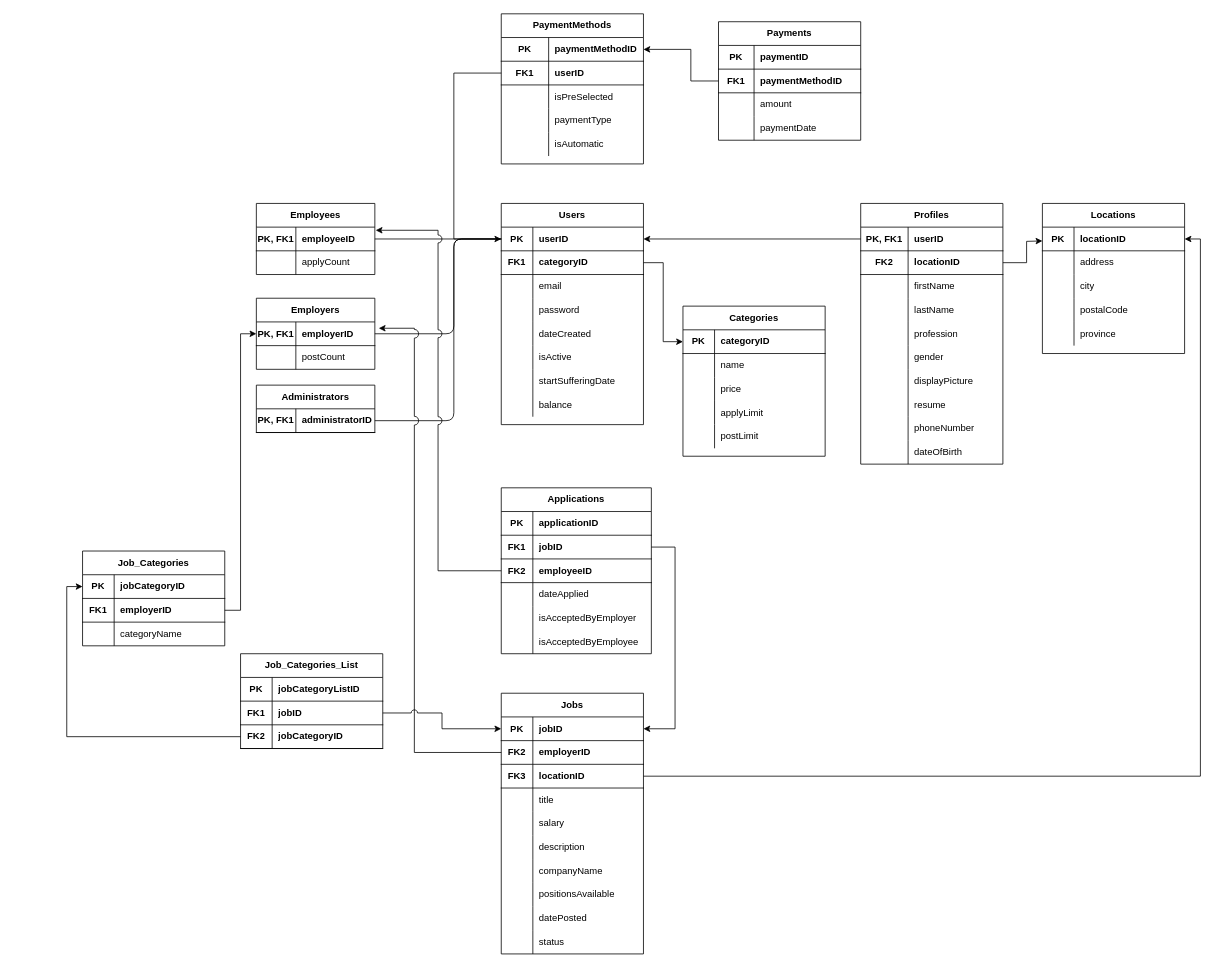
This is docs/DBProject-Relational-Schema.drawio from gordonpn/web-career-portal-clone, a draw.io file, before an edit. Source tidied: cells renumbered, new cells numbered last; positions are measured from the earlier drawing's top-left corner, leaving out a move shared by most shapes. Both pictures are drawn from the tidied source at 79%, with x=0, y=0 at pixel (82, 13).
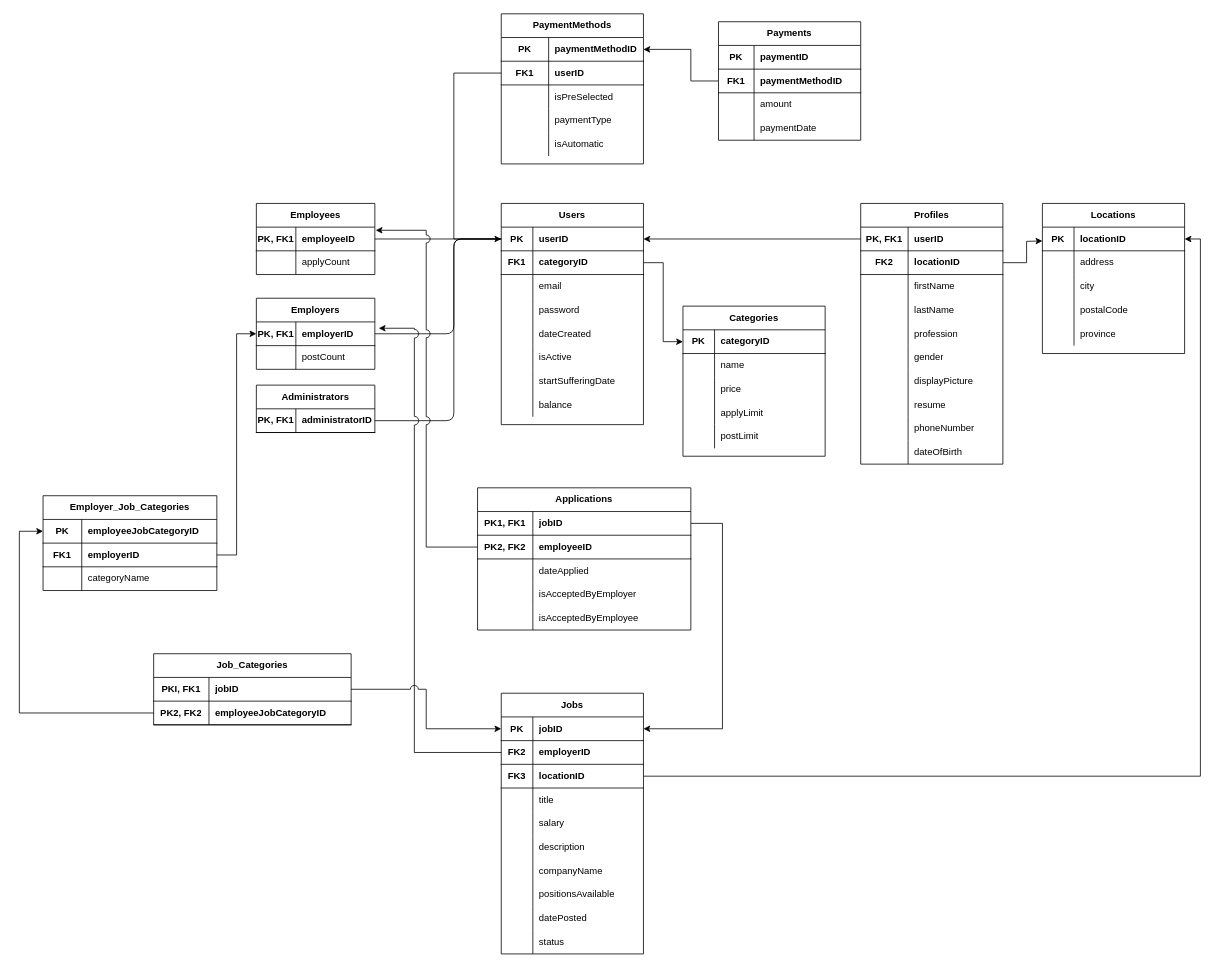
After the change.

Commit message:
updated ER / Relational-schema

The change refers to these unchanged cells:
```xml
<mxCell id="119" style="shape=partialRectangle;html=1;whiteSpace=wrap;fillColor=none;top=0;left=0;bottom=1;right=0;points=[[0,0.5],[1,0.5]];portConstraint=eastwest;" parent="118" vertex="1">
  <mxGeometry y="30" width="180" height="30" as="geometry" />
</mxCell>
<mxCell id="152" style="shape=partialRectangle;html=1;whiteSpace=wrap;fillColor=none;top=0;left=0;bottom=1;right=0;points=[[0,0.5],[1,0.5]];portConstraint=eastwest;" parent="151" vertex="1">
  <mxGeometry y="30" width="180" height="30" as="geometry" />
</mxCell>
<mxCell id="158" style="shape=partialRectangle;html=1;whiteSpace=wrap;fillColor=none;top=0;left=0;bottom=1;right=0;points=[[0,0.5],[1,0.5]];portConstraint=eastwest;" parent="151" vertex="1">
  <mxGeometry y="90" width="180" height="30" as="geometry" />
</mxCell>
```

What changed in the source:
```diff
@@
     <mxCell id="68" value="Applications" style="shape=table;html=1;whiteSpace=wrap;startSize=30;childLayout=tableLayout;rowLines=0;fontStyle=1;align=center;" parent="1" vertex="1">
-      <mxGeometry x="530" y="600" width="190" height="210" as="geometry" />
+      <mxGeometry x="500" y="600" width="270" height="180" as="geometry" />
     </mxCell>
-    <mxCell id="69" style="shape=partialRectangle;html=1;whiteSpace=wrap;fillColor=none;top=0;left=0;bottom=1;right=0;" parent="68" vertex="1">
-      <mxGeometry y="30" width="190" height="30" as="geometry" />
-    </mxCell>
-    <mxCell id="70" value="PK" style="shape=partialRectangle;html=1;whiteSpace=wrap;fillColor=none;top=0;left=0;bottom=0;right=0;overflow=hidden;fontStyle=1;" parent="69" vertex="1">
-      <mxGeometry width="40" height="30" as="geometry" />
-    </mxCell>
-    <mxCell id="71" value="&lt;b&gt;applicationID&lt;/b&gt;" style="shape=partialRectangle;html=1;whiteSpace=wrap;fillColor=none;top=0;left=0;bottom=0;right=0;align=left;spacingLeft=6;overflow=hidden;" parent="69" vertex="1">
-      <mxGeometry x="40" width="150" height="30" as="geometry" />
-    </mxCell>
     <mxCell id="72" style="shape=partialRectangle;html=1;whiteSpace=wrap;fillColor=none;top=0;left=0;bottom=1;right=0;points=[[0,0.5],[1,0.5]];portConstraint=eastwest;" parent="68" vertex="1">
-      <mxGeometry y="60" width="190" height="30" as="geometry" />
+      <mxGeometry y="30" width="270" height="30" as="geometry" />
     </mxCell>
-    <mxCell id="73" value="FK1" style="shape=partialRectangle;html=1;whiteSpace=wrap;fillColor=none;top=0;left=0;bottom=0;right=0;overflow=hidden;fontStyle=1;" parent="72" vertex="1">
-      <mxGeometry width="40" height="30" as="geometry" />
+    <mxCell id="73" value="PK1, FK1" style="shape=partialRectangle;html=1;whiteSpace=wrap;fillColor=none;top=0;left=0;bottom=0;right=0;overflow=hidden;fontStyle=1;" parent="72" vertex="1">
+      <mxGeometry width="70" height="30" as="geometry" />
     </mxCell>
     <mxCell id="74" value="&lt;b&gt;jobID&lt;/b&gt;" style="shape=partialRectangle;html=1;whiteSpace=wrap;fillColor=none;top=0;left=0;bottom=0;right=0;align=left;spacingLeft=6;overflow=hidden;" parent="72" vertex="1">
-      <mxGeometry x="40" width="150" height="30" as="geometry" />
+      <mxGeometry x="70" width="200" height="30" as="geometry" />
     </mxCell>
     <mxCell id="75" style="shape=partialRectangle;html=1;whiteSpace=wrap;fillColor=none;top=0;left=0;bottom=1;right=0;points=[[0,0.5],[1,0.5]];portConstraint=eastwest;" parent="68" vertex="1">
-      <mxGeometry y="90" width="190" height="30" as="geometry" />
+      <mxGeometry y="60" width="270" height="30" as="geometry" />
     </mxCell>
-    <mxCell id="76" value="FK2" style="shape=partialRectangle;html=1;whiteSpace=wrap;fillColor=none;top=0;left=0;bottom=0;right=0;overflow=hidden;fontStyle=1;" parent="75" vertex="1">
-      <mxGeometry width="40" height="30" as="geometry" />
+    <mxCell id="76" value="PK2, FK2" style="shape=partialRectangle;html=1;whiteSpace=wrap;fillColor=none;top=0;left=0;bottom=0;right=0;overflow=hidden;fontStyle=1;" parent="75" vertex="1">
+      <mxGeometry width="70" height="30" as="geometry" />
     </mxCell>
     <mxCell id="77" value="&lt;b&gt;employeeID&lt;/b&gt;" style="shape=partialRectangle;html=1;whiteSpace=wrap;fillColor=none;top=0;left=0;bottom=0;right=0;align=left;spacingLeft=6;overflow=hidden;" parent="75" vertex="1">
-      <mxGeometry x="40" width="150" height="30" as="geometry" />
+      <mxGeometry x="70" width="200" height="30" as="geometry" />
     </mxCell>
     <mxCell id="78" style="shape=partialRectangle;html=1;whiteSpace=wrap;fillColor=none;top=0;left=0;bottom=0;right=0;" parent="68" vertex="1">
-      <mxGeometry y="120" width="190" height="30" as="geometry" />
+      <mxGeometry y="90" width="270" height="30" as="geometry" />
     </mxCell>
     <mxCell id="79" style="shape=partialRectangle;html=1;whiteSpace=wrap;fillColor=none;top=0;left=0;bottom=0;right=0;overflow=hidden;" parent="78" vertex="1">
-      <mxGeometry width="40" height="30" as="geometry" />
+      <mxGeometry width="70" height="30" as="geometry" />
     </mxCell>
     <mxCell id="80" value="dateApplied" style="shape=partialRectangle;html=1;whiteSpace=wrap;fillColor=none;top=0;left=0;bottom=0;right=0;align=left;spacingLeft=6;overflow=hidden;" parent="78" vertex="1">
-      <mxGeometry x="40" width="150" height="30" as="geometry" />
+      <mxGeometry x="70" width="200" height="30" as="geometry" />
     </mxCell>
     <mxCell id="81" style="shape=partialRectangle;html=1;whiteSpace=wrap;fillColor=none;top=0;left=0;bottom=0;right=0;" parent="68" vertex="1">
-      <mxGeometry y="150" width="190" height="30" as="geometry" />
+      <mxGeometry y="120" width="270" height="30" as="geometry" />
     </mxCell>
     <mxCell id="82" style="shape=partialRectangle;html=1;whiteSpace=wrap;fillColor=none;top=0;left=0;bottom=0;right=0;overflow=hidden;" parent="81" vertex="1">
-      <mxGeometry width="40" height="30" as="geometry" />
+      <mxGeometry width="70" height="30" as="geometry" />
     </mxCell>
     <mxCell id="83" value="isAcceptedByEmployer" style="shape=partialRectangle;html=1;whiteSpace=wrap;fillColor=none;top=0;left=0;bottom=0;right=0;align=left;spacingLeft=6;overflow=hidden;" parent="81" vertex="1">
-      <mxGeometry x="40" width="150" height="30" as="geometry" />
+      <mxGeometry x="70" width="200" height="30" as="geometry" />
     </mxCell>
     <mxCell id="84" style="shape=partialRectangle;html=1;whiteSpace=wrap;fillColor=none;top=0;left=0;bottom=0;right=0;" parent="68" vertex="1">
-      <mxGeometry y="180" width="190" height="30" as="geometry" />
+      <mxGeometry y="150" width="270" height="30" as="geometry" />
     </mxCell>
     <mxCell id="85" style="shape=partialRectangle;html=1;whiteSpace=wrap;fillColor=none;top=0;left=0;bottom=0;right=0;overflow=hidden;" parent="84" vertex="1">
-      <mxGeometry width="40" height="30" as="geometry" />
+      <mxGeometry width="70" height="30" as="geometry" />
     </mxCell>
     <mxCell id="86" value="isAcceptedByEmployee" style="shape=partialRectangle;html=1;whiteSpace=wrap;fillColor=none;top=0;left=0;bottom=0;right=0;align=left;spacingLeft=6;overflow=hidden;" parent="84" vertex="1">
-      <mxGeometry x="40" width="150" height="30" as="geometry" />
+      <mxGeometry x="70" width="200" height="30" as="geometry" />
     </mxCell>
@@
-    <mxCell id="182" value="Job_Categories" style="shape=table;html=1;whiteSpace=wrap;startSize=30;childLayout=tableLayout;rowLines=0;fontStyle=1;align=center;" parent="1" vertex="1">
-      <mxGeometry y="680" width="180" height="120" as="geometry" />
-    </mxCell>
-    <mxCell id="183" style="shape=partialRectangle;html=1;whiteSpace=wrap;fillColor=none;top=0;left=0;bottom=1;right=0;points=[[0,0.5],[1,0.5]];portConstraint=eastwest;" parent="182" vertex="1">
-      <mxGeometry y="30" width="180" height="30" as="geometry" />
-    </mxCell>
-    <mxCell id="184" value="PK" style="shape=partialRectangle;html=1;whiteSpace=wrap;fillColor=none;top=0;left=0;bottom=0;right=0;overflow=hidden;fontStyle=1;" parent="183" vertex="1">
-      <mxGeometry width="40" height="30" as="geometry" />
-    </mxCell>
-    <mxCell id="185" value="&lt;b&gt;jobCategoryID&lt;/b&gt;" style="shape=partialRectangle;html=1;whiteSpace=wrap;fillColor=none;top=0;left=0;bottom=0;right=0;align=left;spacingLeft=6;overflow=hidden;" parent="183" vertex="1">
-      <mxGeometry x="40" width="140" height="30" as="geometry" />
-    </mxCell>
-    <mxCell id="186" style="shape=partialRectangle;html=1;whiteSpace=wrap;fillColor=none;top=0;left=0;bottom=1;right=0;points=[[0,0.5],[1,0.5]];portConstraint=eastwest;" parent="182" vertex="1">
-      <mxGeometry y="60" width="180" height="30" as="geometry" />
-    </mxCell>
-    <mxCell id="187" value="FK1" style="shape=partialRectangle;html=1;whiteSpace=wrap;fillColor=none;top=0;left=0;bottom=0;right=0;overflow=hidden;fontStyle=1;" parent="186" vertex="1">
-      <mxGeometry width="40" height="30" as="geometry" />
-    </mxCell>
-    <mxCell id="188" value="&lt;b&gt;employerID&lt;/b&gt;" style="shape=partialRectangle;html=1;whiteSpace=wrap;fillColor=none;top=0;left=0;bottom=0;right=0;align=left;spacingLeft=6;overflow=hidden;" parent="186" vertex="1">
-      <mxGeometry x="40" width="140" height="30" as="geometry" />
-    </mxCell>
-    <mxCell id="189" style="shape=partialRectangle;html=1;whiteSpace=wrap;fillColor=none;top=0;left=0;bottom=0;right=0;" parent="182" vertex="1">
-      <mxGeometry y="90" width="180" height="30" as="geometry" />
-    </mxCell>
-    <mxCell id="190" style="shape=partialRectangle;html=1;whiteSpace=wrap;fillColor=none;top=0;left=0;bottom=0;right=0;overflow=hidden;" parent="189" vertex="1">
-      <mxGeometry width="40" height="30" as="geometry" />
-    </mxCell>
-    <mxCell id="191" value="categoryName" style="shape=partialRectangle;html=1;whiteSpace=wrap;fillColor=none;top=0;left=0;bottom=0;right=0;align=left;spacingLeft=6;overflow=hidden;" parent="189" vertex="1">
-      <mxGeometry x="40" width="140" height="30" as="geometry" />
-    </mxCell>
     <mxCell id="192" style="edgeStyle=orthogonalEdgeStyle;rounded=0;sketch=0;jettySize=auto;html=1;entryX=1;entryY=0.5;entryDx=0;entryDy=0;shadow=0;exitX=1;exitY=0.5;exitDx=0;exitDy=0;" parent="1" edge="1" source="72" target="152">
       <mxGeometry relative="1" as="geometry">
         <Array as="points">
-          <mxPoint x="750" y="675" />
-          <mxPoint x="750" y="905" />
+          <mxPoint x="810" y="645" />
+          <mxPoint x="810" y="905" />
         </Array>
       </mxGeometry>
     </mxCell>
     <mxCell id="193" style="edgeStyle=orthogonalEdgeStyle;rounded=0;sketch=0;jettySize=auto;html=1;entryX=1;entryY=0.5;entryDx=0;entryDy=0;shadow=0;" parent="1" edge="1" source="158" target="119">
-      <mxGeometry relative="1" as="geometry" />
+      <mxGeometry relative="1" as="geometry">
+        <Array as="points">
+          <mxPoint x="1415" y="965" />
+          <mxPoint x="1415" y="285" />
+        </Array>
+      </mxGeometry>
     </mxCell>
-    <mxCell id="194" value="Job_Categories_List" style="shape=table;html=1;whiteSpace=wrap;startSize=30;childLayout=tableLayout;rowLines=0;fontStyle=1;align=center;" parent="1" vertex="1">
-      <mxGeometry x="200" y="810" width="180" height="120" as="geometry" />
-    </mxCell>
-    <mxCell id="195" style="shape=partialRectangle;html=1;whiteSpace=wrap;fillColor=none;top=0;left=0;bottom=1;right=0;" parent="194" vertex="1">
-      <mxGeometry y="30" width="180" height="30" as="geometry" />
-    </mxCell>
-    <mxCell id="196" value="PK" style="shape=partialRectangle;html=1;whiteSpace=wrap;fillColor=none;top=0;left=0;bottom=0;right=0;overflow=hidden;fontStyle=1;" parent="195" vertex="1">
-      <mxGeometry width="40" height="30" as="geometry" />
-    </mxCell>
-    <mxCell id="197" value="&lt;b&gt;jobCategoryListID&lt;/b&gt;" style="shape=partialRectangle;html=1;whiteSpace=wrap;fillColor=none;top=0;left=0;bottom=0;right=0;align=left;spacingLeft=6;overflow=hidden;" parent="195" vertex="1">
-      <mxGeometry x="40" width="140" height="30" as="geometry" />
-    </mxCell>
-    <mxCell id="198" style="shape=partialRectangle;html=1;whiteSpace=wrap;fillColor=none;top=0;left=0;bottom=1;right=0;points=[[0,0.5],[1,0.5]];portConstraint=eastwest;" parent="194" vertex="1">
-      <mxGeometry y="60" width="180" height="30" as="geometry" />
-    </mxCell>
-    <mxCell id="199" value="FK1" style="shape=partialRectangle;html=1;whiteSpace=wrap;fillColor=none;top=0;left=0;bottom=0;right=0;overflow=hidden;fontStyle=1;" parent="198" vertex="1">
-      <mxGeometry width="40" height="30" as="geometry" />
-    </mxCell>
-    <mxCell id="200" value="&lt;b&gt;jobID&lt;/b&gt;" style="shape=partialRectangle;html=1;whiteSpace=wrap;fillColor=none;top=0;left=0;bottom=0;right=0;align=left;spacingLeft=6;overflow=hidden;" parent="198" vertex="1">
-      <mxGeometry x="40" width="140" height="30" as="geometry" />
-    </mxCell>
-    <mxCell id="201" style="shape=partialRectangle;html=1;whiteSpace=wrap;fillColor=none;top=0;left=0;bottom=1;right=0;points=[[0,0.5],[1,0.5]];portConstraint=eastwest;" parent="194" vertex="1">
-      <mxGeometry y="90" width="180" height="30" as="geometry" />
-    </mxCell>
-    <mxCell id="202" value="FK2" style="shape=partialRectangle;html=1;whiteSpace=wrap;fillColor=none;top=0;left=0;bottom=0;right=0;overflow=hidden;fontStyle=1;" parent="201" vertex="1">
-      <mxGeometry width="40" height="30" as="geometry" />
-    </mxCell>
-    <mxCell id="203" value="&lt;b&gt;jobCategoryID&lt;/b&gt;" style="shape=partialRectangle;html=1;whiteSpace=wrap;fillColor=none;top=0;left=0;bottom=0;right=0;align=left;spacingLeft=6;overflow=hidden;" parent="201" vertex="1">
-      <mxGeometry x="40" width="140" height="30" as="geometry" />
-    </mxCell>
     <mxCell id="204" style="edgeStyle=orthogonalEdgeStyle;rounded=0;sketch=0;jettySize=auto;html=1;entryX=0;entryY=0.5;entryDx=0;entryDy=0;shadow=0;exitX=0;exitY=0.5;exitDx=0;exitDy=0;" parent="1" edge="1" source="201" target="183">
-      <mxGeometry relative="1" as="geometry" />
+      <mxGeometry relative="1" as="geometry">
+        <Array as="points">
+          <mxPoint x="-80" y="885" />
+          <mxPoint x="-80" y="655" />
+        </Array>
+      </mxGeometry>
     </mxCell>
-    <mxCell id="205" style="edgeStyle=orthogonalEdgeStyle;rounded=0;sketch=0;jettySize=auto;html=1;entryX=0;entryY=0.5;entryDx=0;entryDy=0;shadow=0;jumpStyle=arc;jumpSize=8;" parent="1" edge="1" source="198" target="152">
+    <mxCell id="205" style="edgeStyle=orthogonalEdgeStyle;rounded=0;sketch=0;jettySize=auto;html=1;entryX=0;entryY=0.5;entryDx=0;entryDy=0;shadow=0;jumpStyle=arc;jumpSize=10;" parent="1" edge="1" source="198" target="152">
       <mxGeometry relative="1" as="geometry" />
     </mxCell>
@@
+    <mxCell id="182" value="Employer_Job_Categories" style="shape=table;html=1;whiteSpace=wrap;startSize=30;childLayout=tableLayout;rowLines=0;fontStyle=1;align=center;" parent="1" vertex="1">
+      <mxGeometry x="-50" y="610" width="220" height="120" as="geometry" />
+    </mxCell>
+    <mxCell id="183" style="shape=partialRectangle;html=1;whiteSpace=wrap;fillColor=none;top=0;left=0;bottom=1;right=0;points=[[0,0.5],[1,0.5]];portConstraint=eastwest;" parent="182" vertex="1">
+      <mxGeometry y="30" width="220" height="30" as="geometry" />
+    </mxCell>
+    <mxCell id="184" value="PK" style="shape=partialRectangle;html=1;whiteSpace=wrap;fillColor=none;top=0;left=0;bottom=0;right=0;overflow=hidden;fontStyle=1;" parent="183" vertex="1">
+      <mxGeometry width="49" height="30" as="geometry" />
+    </mxCell>
+    <mxCell id="185" value="&lt;b&gt;employeeJobCategoryID&lt;/b&gt;" style="shape=partialRectangle;html=1;whiteSpace=wrap;fillColor=none;top=0;left=0;bottom=0;right=0;align=left;spacingLeft=6;overflow=hidden;" parent="183" vertex="1">
+      <mxGeometry x="49" width="171" height="30" as="geometry" />
+    </mxCell>
+    <mxCell id="186" style="shape=partialRectangle;html=1;whiteSpace=wrap;fillColor=none;top=0;left=0;bottom=1;right=0;points=[[0,0.5],[1,0.5]];portConstraint=eastwest;" parent="182" vertex="1">
+      <mxGeometry y="60" width="220" height="30" as="geometry" />
+    </mxCell>
+    <mxCell id="187" value="FK1" style="shape=partialRectangle;html=1;whiteSpace=wrap;fillColor=none;top=0;left=0;bottom=0;right=0;overflow=hidden;fontStyle=1;" parent="186" vertex="1">
+      <mxGeometry width="49" height="30" as="geometry" />
+    </mxCell>
+    <mxCell id="188" value="&lt;b&gt;employerID&lt;/b&gt;" style="shape=partialRectangle;html=1;whiteSpace=wrap;fillColor=none;top=0;left=0;bottom=0;right=0;align=left;spacingLeft=6;overflow=hidden;" parent="186" vertex="1">
+      <mxGeometry x="49" width="171" height="30" as="geometry" />
+    </mxCell>
+    <mxCell id="189" style="shape=partialRectangle;html=1;whiteSpace=wrap;fillColor=none;top=0;left=0;bottom=0;right=0;" parent="182" vertex="1">
+      <mxGeometry y="90" width="220" height="30" as="geometry" />
+    </mxCell>
+    <mxCell id="190" style="shape=partialRectangle;html=1;whiteSpace=wrap;fillColor=none;top=0;left=0;bottom=0;right=0;overflow=hidden;" parent="189" vertex="1">
+      <mxGeometry width="49" height="30" as="geometry" />
+    </mxCell>
+    <mxCell id="191" value="categoryName" style="shape=partialRectangle;html=1;whiteSpace=wrap;fillColor=none;top=0;left=0;bottom=0;right=0;align=left;spacingLeft=6;overflow=hidden;" parent="189" vertex="1">
+      <mxGeometry x="49" width="171" height="30" as="geometry" />
+    </mxCell>
+    <mxCell id="194" value="Job_Categories" style="shape=table;html=1;whiteSpace=wrap;startSize=30;childLayout=tableLayout;rowLines=0;fontStyle=1;align=center;" parent="1" vertex="1">
+      <mxGeometry x="90" y="810" width="250" height="90" as="geometry" />
+    </mxCell>
+    <mxCell id="198" style="shape=partialRectangle;html=1;whiteSpace=wrap;fillColor=none;top=0;left=0;bottom=1;right=0;points=[[0,0.5],[1,0.5]];portConstraint=eastwest;" parent="194" vertex="1">
+      <mxGeometry y="30" width="250" height="30" as="geometry" />
+    </mxCell>
+    <mxCell id="199" value="PKI, FK1" style="shape=partialRectangle;html=1;whiteSpace=wrap;fillColor=none;top=0;left=0;bottom=0;right=0;overflow=hidden;fontStyle=1;" parent="198" vertex="1">
+      <mxGeometry width="70" height="30" as="geometry" />
+    </mxCell>
+    <mxCell id="200" value="&lt;b&gt;jobID&lt;/b&gt;" style="shape=partialRectangle;html=1;whiteSpace=wrap;fillColor=none;top=0;left=0;bottom=0;right=0;align=left;spacingLeft=6;overflow=hidden;" parent="198" vertex="1">
+      <mxGeometry x="70" width="180" height="30" as="geometry" />
+    </mxCell>
+    <mxCell id="201" style="shape=partialRectangle;html=1;whiteSpace=wrap;fillColor=none;top=0;left=0;bottom=1;right=0;points=[[0,0.5],[1,0.5]];portConstraint=eastwest;" parent="194" vertex="1">
+      <mxGeometry y="60" width="250" height="30" as="geometry" />
+    </mxCell>
+    <mxCell id="202" value="PK2, FK2" style="shape=partialRectangle;html=1;whiteSpace=wrap;fillColor=none;top=0;left=0;bottom=0;right=0;overflow=hidden;fontStyle=1;" parent="201" vertex="1">
+      <mxGeometry width="70" height="30" as="geometry" />
+    </mxCell>
+    <mxCell id="203" value="&lt;b&gt;employeeJobCategoryID&lt;/b&gt;" style="shape=partialRectangle;html=1;whiteSpace=wrap;fillColor=none;top=0;left=0;bottom=0;right=0;align=left;spacingLeft=6;overflow=hidden;" parent="201" vertex="1">
+      <mxGeometry x="70" width="180" height="30" as="geometry" />
+    </mxCell>
```
